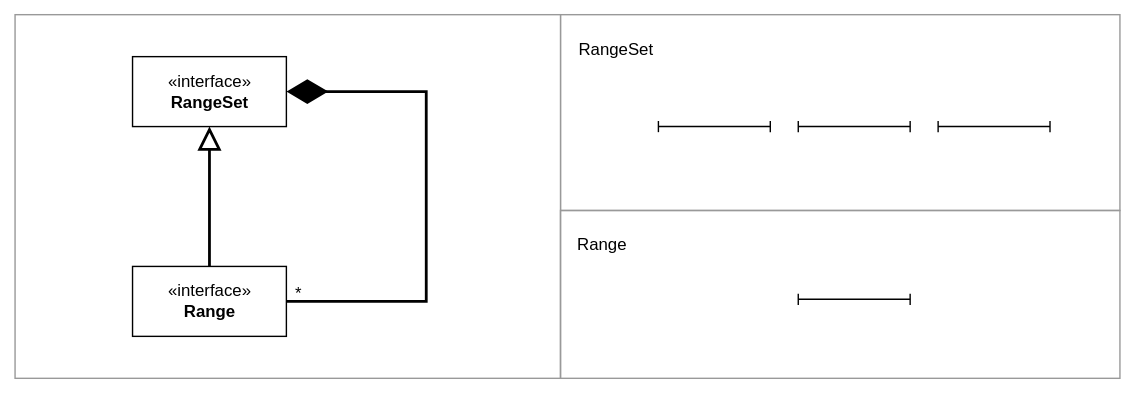
The draw.io diagram documentation/images/range-and-rangeset-uml.svg in repozoo/range, before a commit. Source tidied: cells renumbered, new cells last; positions are measured from the earlier drawing's top-left corner, leaving out a move shared by most shapes.
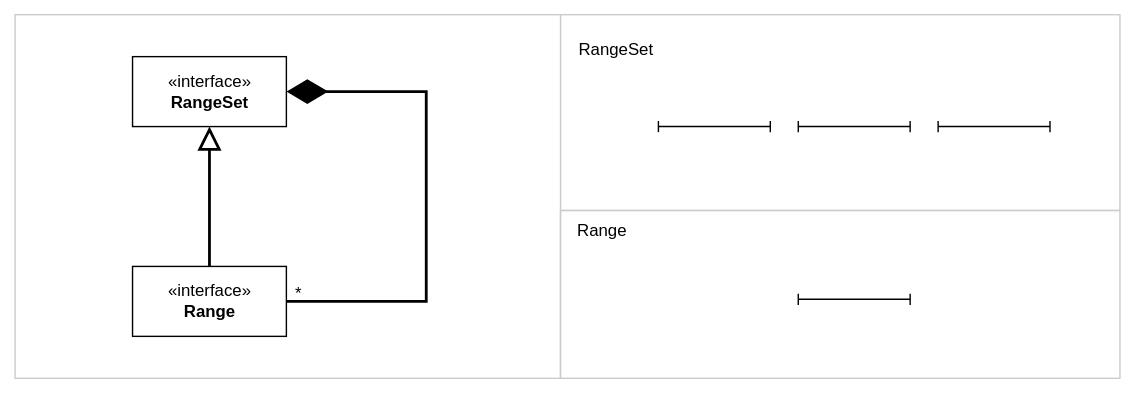
Above is the later version.

What changed in the source:
```diff
@@ -2,10 +2,10 @@
   <root>
     <mxCell id="0" />
     <mxCell id="1" parent="0" />
-    <mxCell id="2" style="rounded=0;whiteSpace=wrap;html=1;fillColor=none;strokeColor=#999999;" parent="1" vertex="1">
+    <mxCell id="2" style="rounded=0;whiteSpace=wrap;html=1;fillColor=none;strokeColor=#CCCCCC;" parent="1" vertex="1">
       <mxGeometry x="390" width="400" height="140" as="geometry" />
     </mxCell>
-    <mxCell id="3" style="rounded=0;whiteSpace=wrap;html=1;strokeColor=#999999;" parent="1" vertex="1">
+    <mxCell id="3" style="rounded=0;whiteSpace=wrap;html=1;strokeColor=#CCCCCC;" parent="1" vertex="1">
       <mxGeometry width="390" height="260" as="geometry" />
     </mxCell>
     <mxCell id="4" style="endArrow=baseDash;startArrow=baseDash;html=1;rounded=0;targetPerimeterSpacing=3;startFill=0;endFill=0;" parent="1" edge="1">
@@ -26,7 +26,7 @@
         <mxPoint x="740" y="80" as="targetPoint" />
       </mxGeometry>
     </mxCell>
-    <mxCell id="7" style="rounded=0;whiteSpace=wrap;html=1;fillColor=none;strokeColor=#999999;" parent="1" vertex="1">
+    <mxCell id="7" style="rounded=0;whiteSpace=wrap;html=1;fillColor=none;strokeColor=#CCCCCC;" parent="1" vertex="1">
       <mxGeometry x="390" y="140" width="400" height="120" as="geometry" />
     </mxCell>
     <mxCell id="8" style="endArrow=baseDash;startArrow=baseDash;html=1;rounded=0;targetPerimeterSpacing=3;startFill=0;endFill=0;" parent="1" edge="1">
@@ -36,7 +36,7 @@
       </mxGeometry>
     </mxCell>
     <mxCell id="9" value="Range" style="text;html=1;strokeColor=none;fillColor=none;align=center;verticalAlign=middle;whiteSpace=wrap;rounded=0;" parent="1" vertex="1">
-      <mxGeometry x="390" y="150" width="60" height="30" as="geometry" />
+      <mxGeometry x="390" y="140" width="60" height="30" as="geometry" />
     </mxCell>
     <mxCell id="10" value="RangeSet" style="text;html=1;strokeColor=none;fillColor=none;align=center;verticalAlign=middle;whiteSpace=wrap;rounded=0;" parent="1" vertex="1">
       <mxGeometry x="390" y="10" width="80" height="30" as="geometry" />
```
